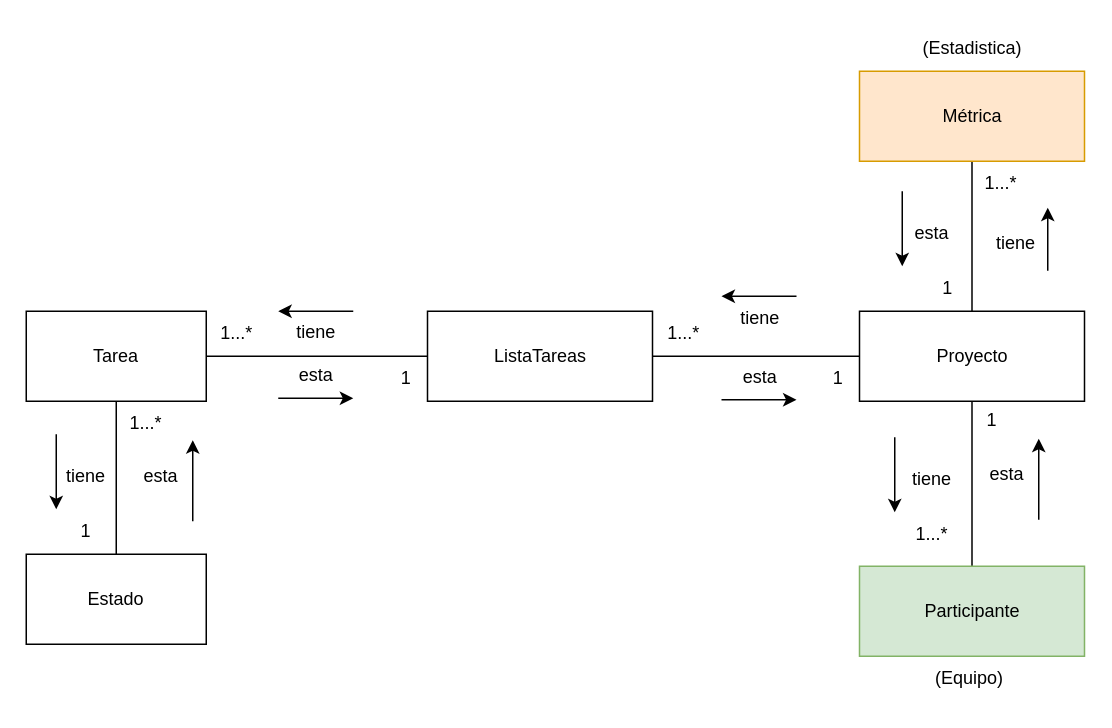
Migue1409-KP/DOO-working-group keeps this draw.io diagram as page "AnemicModelProjects" (3 of 13) of CoTasker_BoundedContext.drawio. Above is the earlier version. Source tidied: cells renumbered, new cells numbered last; positions are measured from the earlier drawing's top-left corner, leaving out a move shared by most shapes. Both pictures are drawn from the tidied source at 150%, with x=0, y=0 at pixel (26, 26).
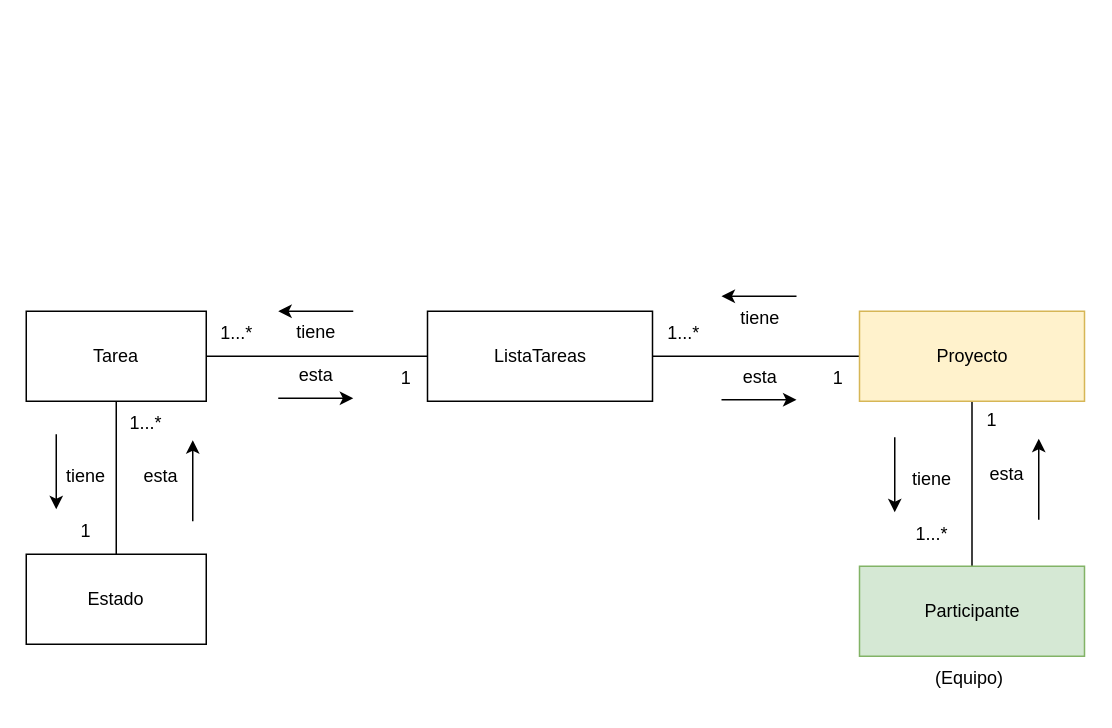
After the change.

Change to the diagram source:
```diff
@@
-    <mxCell id="3" style="edgeStyle=orthogonalEdgeStyle;rounded=0;jettySize=auto;html=1;endArrow=none;endFill=0;" parent="1" edge="1" source="5" target="29">
-      <mxGeometry relative="1" as="geometry" />
-    </mxCell>
@@
-    <mxCell id="5" value="Proyecto" style="rounded=0;whiteSpace=wrap;html=1;" parent="1" vertex="1">
+    <mxCell id="5" value="Proyecto" style="rounded=0;whiteSpace=wrap;html=1;fillColor=#fff2cc;strokeColor=#d6b656;" parent="1" vertex="1">
       <mxGeometry x="555.5" y="190" width="150" height="60" as="geometry" />
     </mxCell>
@@
-    <mxCell id="29" value="Métrica" style="rounded=0;whiteSpace=wrap;html=1;fillColor=#ffe6cc;strokeColor=#d79b00;" parent="1" vertex="1">
-      <mxGeometry x="555.5" y="30" width="150" height="60" as="geometry" />
-    </mxCell>
-    <mxCell id="30" value="tiene" style="text;html=1;strokeColor=none;fillColor=none;align=center;verticalAlign=middle;whiteSpace=wrap;rounded=0;" parent="1" vertex="1">
-      <mxGeometry x="630" y="130" width="60" height="30" as="geometry" />
-    </mxCell>
-    <mxCell id="31" style="endArrow=classic;html=1;rounded=0;" parent="1" edge="1">
-      <mxGeometry relative="1" as="geometry">
-        <mxPoint x="681" y="163" as="sourcePoint" />
-        <mxPoint x="681" y="121" as="targetPoint" />
-      </mxGeometry>
-    </mxCell>
-    <mxCell id="32" value="1...*" style="text;html=1;strokeColor=none;fillColor=none;align=center;verticalAlign=middle;whiteSpace=wrap;rounded=0;" parent="1" vertex="1">
-      <mxGeometry x="620" y="90" width="60" height="30" as="geometry" />
-    </mxCell>
-    <mxCell id="33" value="1" style="text;html=1;align=center;verticalAlign=middle;strokeColor=none;fillColor=none;" parent="1" vertex="1">
-      <mxGeometry x="599" y="160" width="30" height="30" as="geometry" />
-    </mxCell>
-    <mxCell id="34" value="(Estadistica)" style="text;html=1;strokeColor=none;fillColor=none;align=center;verticalAlign=middle;whiteSpace=wrap;rounded=0;" parent="1" vertex="1">
-      <mxGeometry x="600.5" width="60" height="30" as="geometry" />
-    </mxCell>
-    <mxCell id="35" value="esta" style="text;html=1;strokeColor=none;fillColor=none;align=center;verticalAlign=middle;whiteSpace=wrap;rounded=0;" parent="1" vertex="1">
-      <mxGeometry x="574" y="123" width="60" height="30" as="geometry" />
-    </mxCell>
-    <mxCell id="36" style="endArrow=classic;html=1;rounded=0;" parent="1" edge="1">
-      <mxGeometry relative="1" as="geometry">
-        <mxPoint x="584" y="150" as="sourcePoint" />
-        <mxPoint x="584" y="160" as="targetPoint" />
-        <Array as="points">
-          <mxPoint x="584" y="110" />
-        </Array>
-      </mxGeometry>
-    </mxCell>
```
